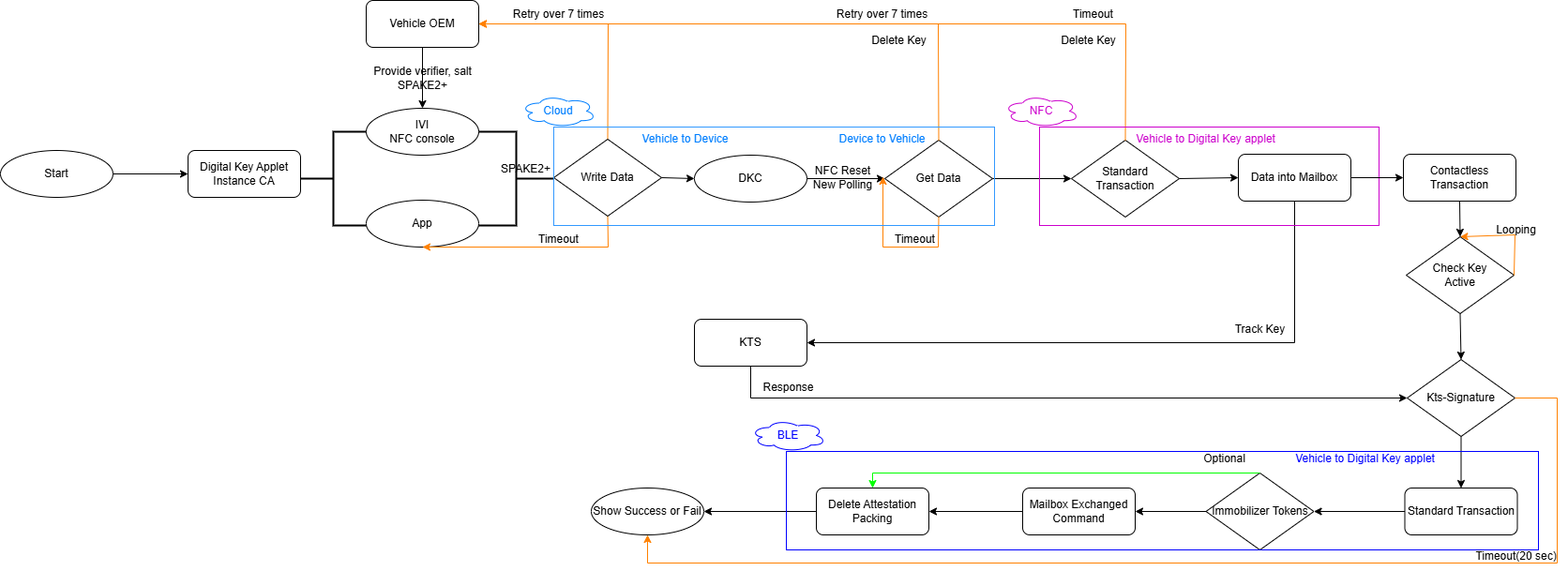
Above: Present_OwnerParing.drawio.png in LaurenHsu31/DKC (draw.io), before the change. Source tidied: cells renumbered, new cells last; positions are measured from the earlier drawing's top-left corner, leaving out a move shared by most shapes.
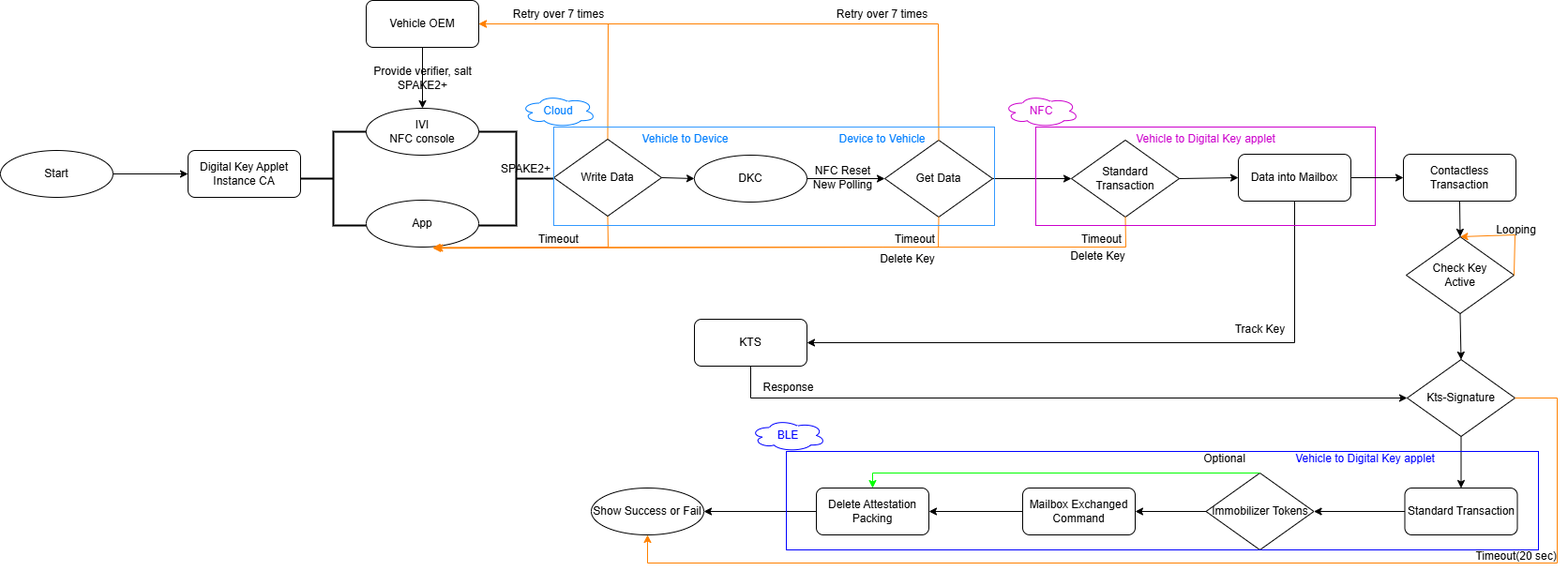
After the change.

Diff of the diagram source:
```diff
@@ -26,7 +26,7 @@
     <mxCell id="9" style="strokeWidth=2;html=1;shape=mxgraph.flowchart.annotation_2;align=left;labelPosition=right;rotation=-180;" parent="1" vertex="1">
       <mxGeometry x="510" y="140" width="80" height="100" as="geometry" />
     </mxCell>
-    <mxCell id="10" style="endArrow=classic;html=1;rounded=0;exitX=0.5;exitY=1;exitDx=0;exitDy=0;entryX=0.5;entryY=1;entryDx=0;entryDy=0;strokeColor=#FF8000;" parent="1" edge="1" source="17" target="7">
+    <mxCell id="10" style="endArrow=classic;html=1;rounded=0;exitX=0.5;exitY=1;exitDx=0;exitDy=0;entryX=0.611;entryY=1.02;entryDx=0;entryDy=0;strokeColor=#FF8000;entryPerimeter=0;" parent="1" edge="1" source="17" target="7">
       <mxGeometry relative="1" as="geometry">
         <Array as="points">
           <mxPoint x="648" y="263" />
@@ -70,7 +70,7 @@
     <mxCell id="21" style="endArrow=classic;html=1;rounded=0;entryX=0;entryY=0.5;entryDx=0;entryDy=0;exitX=1;exitY=0.5;exitDx=0;exitDy=0;" parent="1" edge="1" source="18" target="20">
       <mxGeometry relative="1" as="geometry" />
     </mxCell>
-    <mxCell id="22" style="endArrow=classic;html=1;rounded=0;exitX=0.5;exitY=1;exitDx=0;exitDy=0;entryX=0.978;entryY=0.475;entryDx=0;entryDy=0;strokeColor=#FF8000;entryPerimeter=0;" parent="1" edge="1" source="20" target="36">
+    <mxCell id="22" style="endArrow=classic;html=1;rounded=0;exitX=0.5;exitY=1;exitDx=0;exitDy=0;strokeColor=#FF8000;entryX=0.594;entryY=1.027;entryDx=0;entryDy=0;entryPerimeter=0;" parent="1" edge="1" source="20" target="7">
       <mxGeometry relative="1" as="geometry">
         <Array as="points">
           <mxPoint x="1000" y="263" />
@@ -92,7 +92,7 @@
       <mxGeometry x="880" width="120" height="30" as="geometry" />
     </mxCell>
     <mxCell id="26" value="Delete Key" style="text;html=1;align=center;verticalAlign=middle;strokeColor=none;fillColor=none;" parent="1" vertex="1">
-      <mxGeometry x="918" y="28" width="80" height="30" as="geometry" />
+      <mxGeometry x="927" y="261" width="80" height="30" as="geometry" />
     </mxCell>
     <mxCell id="27" value="KTS" style="rounded=1;whiteSpace=wrap;html=1;" parent="1" vertex="1">
       <mxGeometry x="740" y="340" width="120" height="50" as="geometry" />
@@ -103,15 +103,15 @@
     <mxCell id="29" style="endArrow=classic;html=1;rounded=0;entryX=0;entryY=0.5;entryDx=0;entryDy=0;exitX=1;exitY=0.5;exitDx=0;exitDy=0;" parent="1" edge="1" source="20" target="28">
       <mxGeometry relative="1" as="geometry" />
     </mxCell>
-    <mxCell id="30" style="endArrow=classic;html=1;rounded=0;exitX=0.5;exitY=0;exitDx=0;exitDy=0;strokeColor=#FF8000;entryX=1;entryY=0.5;entryDx=0;entryDy=0;" parent="1" edge="1" source="28" target="12">
+    <mxCell id="30" style="endArrow=classic;html=1;rounded=0;strokeColor=#FF8000;exitX=0.5;exitY=1;exitDx=0;exitDy=0;entryX=0.59;entryY=1.008;entryDx=0;entryDy=0;entryPerimeter=0;" parent="1" edge="1" source="28" target="7">
       <mxGeometry relative="1" as="geometry">
         <Array as="points">
-          <mxPoint x="1200" y="25" />
+          <mxPoint x="1200" y="263" />
         </Array>
       </mxGeometry>
     </mxCell>
     <mxCell id="31" value="Timeout" style="text;html=1;align=center;verticalAlign=middle;strokeColor=none;fillColor=none;" parent="1" vertex="1">
-      <mxGeometry x="1130" width="70" height="30" as="geometry" />
+      <mxGeometry x="1139" y="240" width="70" height="30" as="geometry" />
     </mxCell>
     <mxCell id="32" value="Data into Mailbox" style="rounded=1;whiteSpace=wrap;html=1;" parent="1" vertex="1">
       <mxGeometry x="1320" y="164" width="120" height="50" as="geometry" />
@@ -214,7 +214,7 @@
       <mxGeometry x="1270" y="474" width="70" height="30" as="geometry" />
     </mxCell>
     <mxCell id="58" value="Delete Key" style="text;html=1;align=center;verticalAlign=middle;strokeColor=none;fillColor=none;" parent="1" vertex="1">
-      <mxGeometry x="1120" y="28" width="80" height="30" as="geometry" />
+      <mxGeometry x="1130" y="258" width="80" height="30" as="geometry" />
     </mxCell>
     <mxCell id="59" style="rounded=0;whiteSpace=wrap;html=1;fillColor=none;strokeColor=#3399FF;" parent="1" vertex="1">
       <mxGeometry x="590" y="135" width="470" height="105" as="geometry" />
@@ -247,7 +247,7 @@
       <mxGeometry x="1496" y="164" width="120" height="50" as="geometry" />
     </mxCell>
     <mxCell id="69" style="rounded=0;whiteSpace=wrap;html=1;fillColor=none;strokeColor=#CC00CC;" parent="1" vertex="1">
-      <mxGeometry x="1108" y="135" width="362" height="105" as="geometry" />
+      <mxGeometry x="1104" y="135" width="362" height="105" as="geometry" />
     </mxCell>
     <mxCell id="70" style="edgeStyle=none;jettySize=auto;html=1;rounded=0;exitX=1;exitY=0.5;exitDx=0;exitDy=0;entryX=0;entryY=0.5;entryDx=0;entryDy=0;" parent="1" edge="1" source="32" target="68">
       <mxGeometry relative="1" as="geometry" />
```
